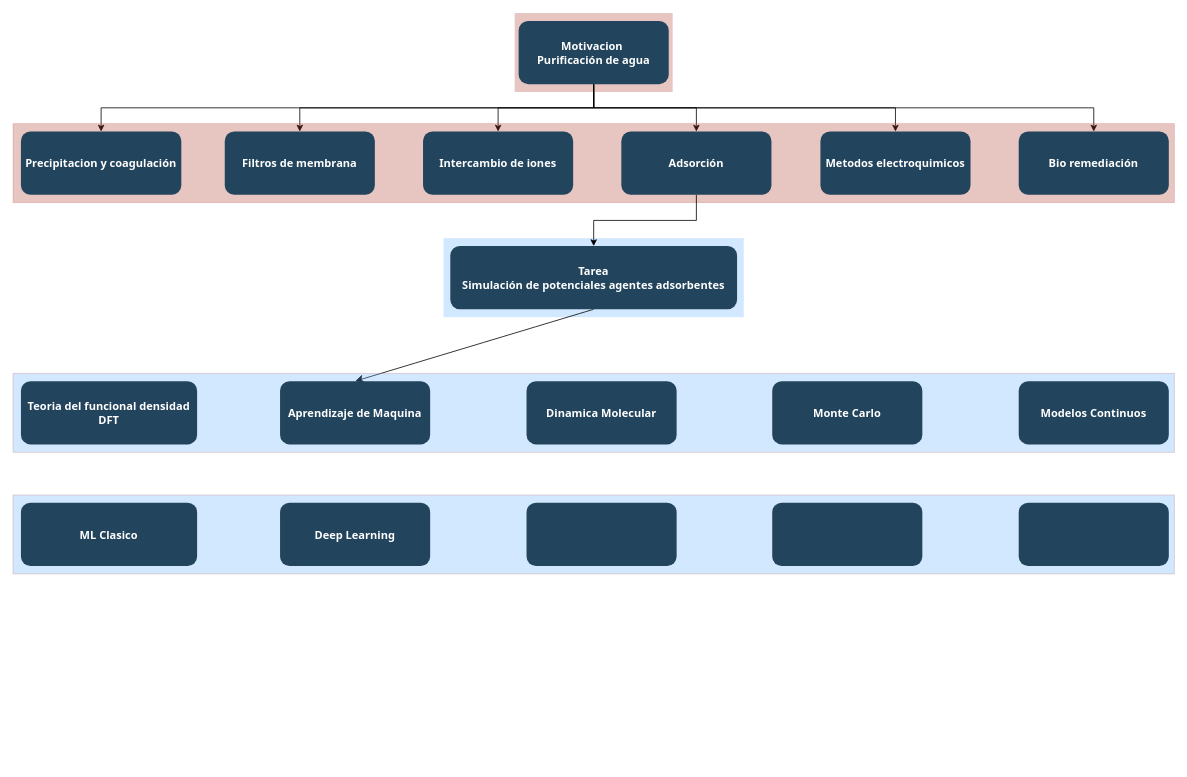
Before: Proyecto/Tarea_y_problemas.drawio in juansebastiangit/Inteligencia_artificial, a draw.io diagram. Source tidied: cells renumbered, new cells numbered last; positions are measured from the earlier drawing's top-left corner, leaving out a move shared by most shapes. Both pictures are drawn from the tidied source at 79%, with x=0, y=0 at pixel (13, 13).
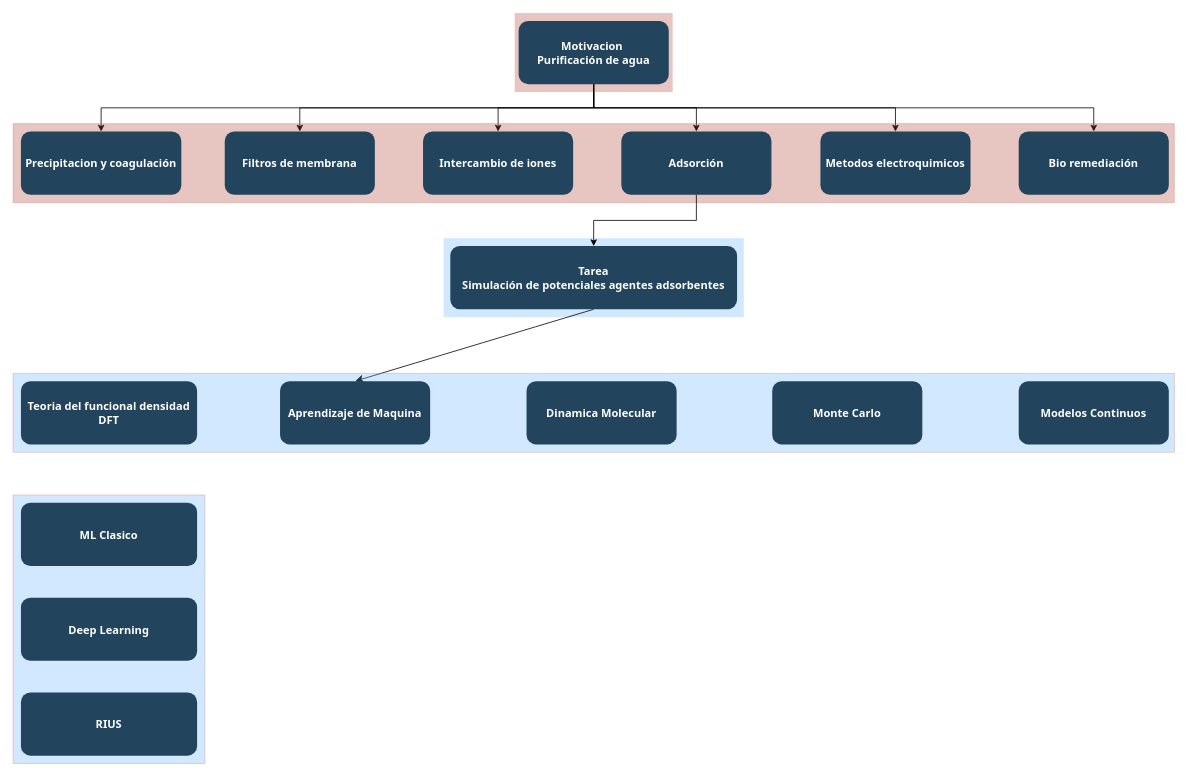
Above is the later version.

Diff of the diagram source:
```diff
@@
     <mxCell id="27" style="fillColor=#66B2FF;strokeColor=#b85450;opacity=30;" parent="1" vertex="1">
-      <mxGeometry y="610" width="1470" height="100" as="geometry" />
+      <mxGeometry y="610" width="243" height="340" as="geometry" />
     </mxCell>
-    <mxCell id="28" style="rounded=1;fillColor=#23445D;gradientColor=none;strokeColor=none;fontColor=#FFFFFF;fontStyle=1;fontFamily=Tahoma;fontSize=14;" parent="1" vertex="1">
-      <mxGeometry x="1273" y="620" width="190" height="80" as="geometry" />
-    </mxCell>
-    <mxCell id="29" style="rounded=1;fillColor=#23445D;gradientColor=none;strokeColor=none;fontColor=#FFFFFF;fontStyle=1;fontFamily=Tahoma;fontSize=14;" parent="1" vertex="1">
-      <mxGeometry x="650" y="620" width="190" height="80" as="geometry" />
+    <mxCell id="29" value="RIUS" style="rounded=1;fillColor=#23445D;gradientColor=none;strokeColor=none;fontColor=#FFFFFF;fontStyle=1;fontFamily=Tahoma;fontSize=14;" parent="1" vertex="1">
+      <mxGeometry x="10" y="860" width="223" height="80" as="geometry" />
     </mxCell>
     <mxCell id="30" value="Deep Learning" style="rounded=1;fillColor=#23445D;gradientColor=none;strokeColor=none;fontColor=#FFFFFF;fontStyle=1;fontFamily=Tahoma;fontSize=14;" parent="1" vertex="1">
-      <mxGeometry x="338" y="620" width="190" height="80" as="geometry" />
+      <mxGeometry x="10" y="740" width="223" height="80" as="geometry" />
     </mxCell>
@@
-    <mxCell id="32" style="rounded=1;fillColor=#23445D;gradientColor=none;strokeColor=none;fontColor=#FFFFFF;fontStyle=1;fontFamily=Tahoma;fontSize=14;" parent="1" vertex="1">
-      <mxGeometry x="961" y="620" width="190" height="80" as="geometry" />
-    </mxCell>
```
